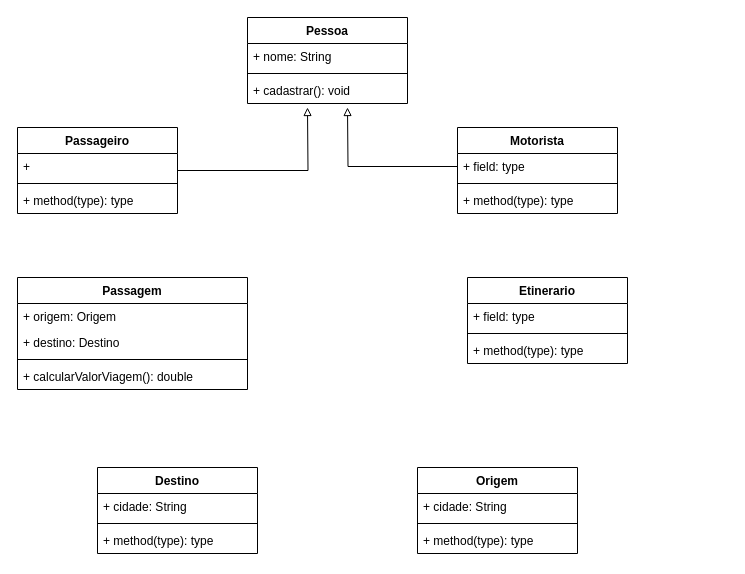
Before: diagrams/transporte.drawio in jonathanvmelo/-devs2blu, a draw.io diagram. Source tidied: cells renumbered, new cells numbered last; positions are measured from the earlier drawing's top-left corner, leaving out a move shared by most shapes. Both pictures are drawn from the tidied source at 100%, with x=0, y=0 at pixel (17, 17).
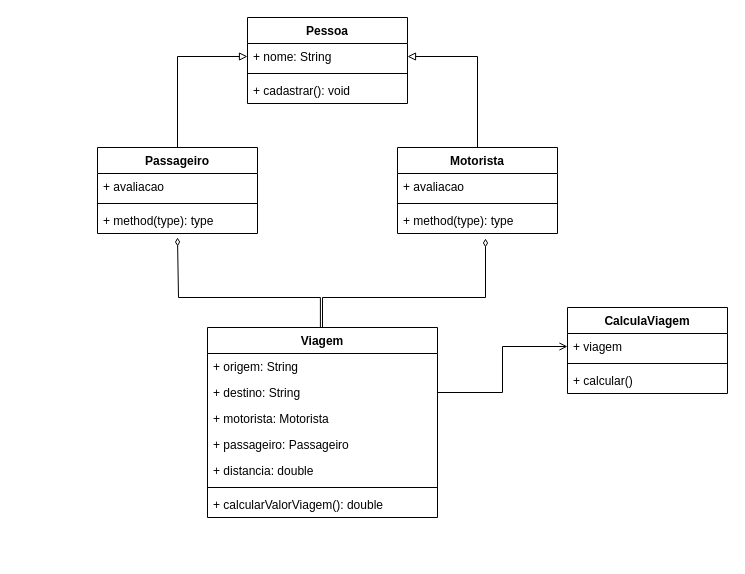
After the change.

The change refers to these unchanged cells:
```xml
<mxCell id="3" value="+ nome: String" style="text;strokeColor=none;fillColor=none;align=left;verticalAlign=top;spacingLeft=4;spacingRight=4;overflow=hidden;points=[[0,0.5],[1,0.5]];portConstraint=eastwest;whiteSpace=wrap;html=1;" parent="2" vertex="1">
  <mxGeometry y="26" width="160" height="26" as="geometry" />
</mxCell>
<mxCell id="19" value="+ method(type): type" style="text;strokeColor=none;fillColor=none;align=left;verticalAlign=top;spacingLeft=4;spacingRight=4;overflow=hidden;points=[[0,0.5],[1,0.5]];portConstraint=eastwest;whiteSpace=wrap;html=1;" parent="15" vertex="1">
  <mxGeometry y="60" width="160" height="26" as="geometry" />
</mxCell>
```

The edit, as a diff of the source:
```diff
@@
-    <mxCell id="6" value="Etinerario" style="swimlane;fontStyle=1;align=center;verticalAlign=top;horizontal=1;startSize=26;whiteSpace=wrap;html=1;" parent="1" vertex="1">
-      <mxGeometry x="450" y="260" width="160" height="86" as="geometry" />
-    </mxCell>
-    <mxCell id="7" value="+ field: type" style="text;strokeColor=none;fillColor=none;align=left;verticalAlign=top;spacingLeft=4;spacingRight=4;overflow=hidden;whiteSpace=wrap;html=1;" parent="6" vertex="1">
-      <mxGeometry y="26" width="160" height="26" as="geometry" />
-    </mxCell>
-    <mxCell id="8" style="line;strokeWidth=1;fillColor=none;align=left;verticalAlign=middle;spacingTop=-1;spacingLeft=3;spacingRight=3;labelPosition=right;strokeColor=inherit;" parent="6" vertex="1">
-      <mxGeometry y="52" width="160" height="8" as="geometry" />
-    </mxCell>
-    <mxCell id="9" value="+ method(type): type" style="text;strokeColor=none;fillColor=none;align=left;verticalAlign=top;spacingLeft=4;spacingRight=4;overflow=hidden;whiteSpace=wrap;html=1;" parent="6" vertex="1">
-      <mxGeometry y="60" width="160" height="26" as="geometry" />
-    </mxCell>
-    <mxCell id="10" style="edgeStyle=orthogonalEdgeStyle;rounded=0;jettySize=auto;html=1;endArrow=block;endFill=0;" parent="1" edge="1" source="11">
-      <mxGeometry relative="1" as="geometry">
-        <mxPoint x="290" y="90" as="targetPoint" />
-      </mxGeometry>
-    </mxCell>
+    <mxCell id="33" style="edgeStyle=orthogonalEdgeStyle;rounded=0;jettySize=auto;html=1;entryX=0;entryY=0.5;entryDx=0;entryDy=0;endArrow=block;endFill=0;" parent="1" edge="1" source="11" target="3">
+      <mxGeometry relative="1" as="geometry" />
+    </mxCell>
     <mxCell id="11" value="Passageiro" style="swimlane;fontStyle=1;align=center;verticalAlign=top;horizontal=1;startSize=26;whiteSpace=wrap;html=1;" parent="1" vertex="1">
-      <mxGeometry y="110" width="160" height="86" as="geometry" />
+      <mxGeometry x="80" y="130" width="160" height="86" as="geometry" />
     </mxCell>
-    <mxCell id="12" value="+" style="text;strokeColor=none;fillColor=none;align=left;verticalAlign=top;spacingLeft=4;spacingRight=4;overflow=hidden;whiteSpace=wrap;html=1;" parent="11" vertex="1">
+    <mxCell id="12" value="+ avaliacao" style="text;strokeColor=none;fillColor=none;align=left;verticalAlign=top;spacingLeft=4;spacingRight=4;overflow=hidden;whiteSpace=wrap;html=1;" parent="11" vertex="1">
       <mxGeometry y="26" width="160" height="26" as="geometry" />
     </mxCell>
@@
+    <mxCell id="34" style="edgeStyle=orthogonalEdgeStyle;rounded=0;jettySize=auto;html=1;entryX=1;entryY=0.5;entryDx=0;entryDy=0;endArrow=block;endFill=0;" parent="1" edge="1" source="15" target="3">
+      <mxGeometry relative="1" as="geometry" />
+    </mxCell>
     <mxCell id="15" value="Motorista" style="swimlane;fontStyle=1;align=center;verticalAlign=top;horizontal=1;startSize=26;whiteSpace=wrap;html=1;" parent="1" vertex="1">
-      <mxGeometry x="440" y="110" width="160" height="86" as="geometry" />
+      <mxGeometry x="380" y="130" width="160" height="86" as="geometry" />
     </mxCell>
-    <mxCell id="16" style="edgeStyle=orthogonalEdgeStyle;rounded=0;jettySize=auto;html=1;endArrow=block;endFill=0;" parent="15" edge="1" source="17">
-      <mxGeometry relative="1" as="geometry">
-        <mxPoint x="-110" y="-20" as="targetPoint" />
-      </mxGeometry>
-    </mxCell>
-    <mxCell id="17" value="+ field: type" style="text;strokeColor=none;fillColor=none;align=left;verticalAlign=top;spacingLeft=4;spacingRight=4;overflow=hidden;points=[[0,0.5],[1,0.5]];portConstraint=eastwest;whiteSpace=wrap;html=1;" parent="15" vertex="1">
+    <mxCell id="17" value="+ avaliacao" style="text;strokeColor=none;fillColor=none;align=left;verticalAlign=top;spacingLeft=4;spacingRight=4;overflow=hidden;points=[[0,0.5],[1,0.5]];portConstraint=eastwest;whiteSpace=wrap;html=1;" parent="15" vertex="1">
       <mxGeometry y="26" width="160" height="26" as="geometry" />
     </mxCell>
@@
-    <mxCell id="20" value="Origem" style="swimlane;fontStyle=1;align=center;verticalAlign=top;horizontal=1;startSize=26;whiteSpace=wrap;html=1;" parent="1" vertex="1">
-      <mxGeometry x="400" y="450" width="160" height="86" as="geometry" />
-    </mxCell>
-    <mxCell id="21" value="+ cidade: String" style="text;strokeColor=none;fillColor=none;align=left;verticalAlign=top;spacingLeft=4;spacingRight=4;overflow=hidden;whiteSpace=wrap;html=1;" parent="20" vertex="1">
-      <mxGeometry y="26" width="160" height="26" as="geometry" />
-    </mxCell>
-    <mxCell id="22" style="line;strokeWidth=1;fillColor=none;align=left;verticalAlign=middle;spacingTop=-1;spacingLeft=3;spacingRight=3;labelPosition=right;strokeColor=inherit;" parent="20" vertex="1">
-      <mxGeometry y="52" width="160" height="8" as="geometry" />
-    </mxCell>
-    <mxCell id="23" value="+ method(type): type" style="text;strokeColor=none;fillColor=none;align=left;verticalAlign=top;spacingLeft=4;spacingRight=4;overflow=hidden;whiteSpace=wrap;html=1;" parent="20" vertex="1">
-      <mxGeometry y="60" width="160" height="26" as="geometry" />
-    </mxCell>
+    <mxCell id="35" style="edgeStyle=orthogonalEdgeStyle;rounded=0;orthogonalLoop=1;jettySize=auto;html=1;entryX=0.513;entryY=1.154;entryDx=0;entryDy=0;entryPerimeter=0;endArrow=diamondThin;endFill=0;" parent="1" edge="1">
+      <mxGeometry relative="1" as="geometry">
+        <mxPoint x="302.9" y="310" as="sourcePoint" />
+        <mxPoint x="160" y="220" as="targetPoint" />
+        <Array as="points">
+          <mxPoint x="303" y="280" />
+          <mxPoint x="161" y="280" />
+        </Array>
+      </mxGeometry>
+    </mxCell>
+    <mxCell id="36" style="edgeStyle=orthogonalEdgeStyle;rounded=0;jettySize=auto;html=1;entryX=0.55;entryY=1.192;entryDx=0;entryDy=0;entryPerimeter=0;endArrow=diamondThin;endFill=0;" parent="1" edge="1" source="24" target="19">
+      <mxGeometry relative="1" as="geometry">
+        <Array as="points">
+          <mxPoint x="305" y="280" />
+          <mxPoint x="468" y="280" />
+        </Array>
+      </mxGeometry>
+    </mxCell>
-    <mxCell id="24" value="Passagem" style="swimlane;fontStyle=1;align=center;verticalAlign=top;horizontal=1;startSize=26;whiteSpace=wrap;html=1;" parent="1" vertex="1">
-      <mxGeometry y="260" width="230" height="112" as="geometry" />
+    <mxCell id="24" value="Viagem" style="swimlane;fontStyle=1;align=center;verticalAlign=top;horizontal=1;startSize=26;whiteSpace=wrap;html=1;" parent="1" vertex="1">
+      <mxGeometry x="190" y="310" width="230" height="190" as="geometry" />
     </mxCell>
-    <mxCell id="25" value="+ origem: Origem" style="text;strokeColor=none;fillColor=none;align=left;verticalAlign=top;spacingLeft=4;spacingRight=4;overflow=hidden;whiteSpace=wrap;html=1;" parent="24" vertex="1">
+    <mxCell id="25" value="+ origem: String" style="text;strokeColor=none;fillColor=none;align=left;verticalAlign=top;spacingLeft=4;spacingRight=4;overflow=hidden;whiteSpace=wrap;html=1;" parent="24" vertex="1">
       <mxGeometry y="26" width="230" height="26" as="geometry" />
     </mxCell>
-    <mxCell id="26" value="+ destino: Destino" style="text;strokeColor=none;fillColor=none;align=left;verticalAlign=top;spacingLeft=4;spacingRight=4;overflow=hidden;points=[[0,0.5],[1,0.5]];portConstraint=eastwest;whiteSpace=wrap;html=1;" parent="24" vertex="1">
+    <mxCell id="26" value="+ destino: String" style="text;strokeColor=none;fillColor=none;align=left;verticalAlign=top;spacingLeft=4;spacingRight=4;overflow=hidden;points=[[0,0.5],[1,0.5]];portConstraint=eastwest;whiteSpace=wrap;html=1;" parent="24" vertex="1">
       <mxGeometry y="52" width="230" height="26" as="geometry" />
     </mxCell>
+    <mxCell id="37" value="+ motorista: Motorista" style="text;strokeColor=none;fillColor=none;align=left;verticalAlign=top;spacingLeft=4;spacingRight=4;overflow=hidden;whiteSpace=wrap;html=1;" parent="24" vertex="1">
+      <mxGeometry y="78" width="230" height="26" as="geometry" />
+    </mxCell>
+    <mxCell id="38" value="+ passageiro: Passageiro" style="text;strokeColor=none;fillColor=none;align=left;verticalAlign=top;spacingLeft=4;spacingRight=4;overflow=hidden;whiteSpace=wrap;html=1;" parent="24" vertex="1">
+      <mxGeometry y="104" width="230" height="26" as="geometry" />
+    </mxCell>
+    <mxCell id="39" value="+ distancia: double" style="text;strokeColor=none;fillColor=none;align=left;verticalAlign=top;spacingLeft=4;spacingRight=4;overflow=hidden;whiteSpace=wrap;html=1;" parent="24" vertex="1">
+      <mxGeometry y="130" width="230" height="26" as="geometry" />
+    </mxCell>
     <mxCell id="27" style="line;strokeWidth=1;fillColor=none;align=left;verticalAlign=middle;spacingTop=-1;spacingLeft=3;spacingRight=3;labelPosition=right;strokeColor=inherit;" parent="24" vertex="1">
-      <mxGeometry y="78" width="230" height="8" as="geometry" />
+      <mxGeometry y="156" width="230" height="8" as="geometry" />
     </mxCell>
     <mxCell id="28" value="+ calcularValorViagem(): double" style="text;strokeColor=none;fillColor=none;align=left;verticalAlign=top;spacingLeft=4;spacingRight=4;overflow=hidden;whiteSpace=wrap;html=1;" parent="24" vertex="1">
-      <mxGeometry y="86" width="230" height="26" as="geometry" />
+      <mxGeometry y="164" width="230" height="26" as="geometry" />
     </mxCell>
-    <mxCell id="29" value="Destino" style="swimlane;fontStyle=1;align=center;verticalAlign=top;horizontal=1;startSize=26;whiteSpace=wrap;html=1;" parent="1" vertex="1">
-      <mxGeometry x="80" y="450" width="160" height="86" as="geometry" />
-    </mxCell>
-    <mxCell id="30" value="+ cidade: String" style="text;strokeColor=none;fillColor=none;align=left;verticalAlign=top;spacingLeft=4;spacingRight=4;overflow=hidden;whiteSpace=wrap;html=1;" parent="29" vertex="1">
-      <mxGeometry y="26" width="160" height="26" as="geometry" />
-    </mxCell>
-    <mxCell id="31" style="line;strokeWidth=1;fillColor=none;align=left;verticalAlign=middle;spacingTop=-1;spacingLeft=3;spacingRight=3;labelPosition=right;strokeColor=inherit;" parent="29" vertex="1">
-      <mxGeometry y="52" width="160" height="8" as="geometry" />
-    </mxCell>
-    <mxCell id="32" value="+ method(type): type" style="text;strokeColor=none;fillColor=none;align=left;verticalAlign=top;spacingLeft=4;spacingRight=4;overflow=hidden;whiteSpace=wrap;html=1;" parent="29" vertex="1">
-      <mxGeometry y="60" width="160" height="26" as="geometry" />
-    </mxCell>
+    <mxCell id="40" value="CalculaViagem" style="swimlane;fontStyle=1;align=center;verticalAlign=top;horizontal=1;startSize=26;whiteSpace=wrap;html=1;" parent="1" vertex="1">
+      <mxGeometry x="550" y="290" width="160" height="86" as="geometry" />
+    </mxCell>
+    <mxCell id="41" value="+ viagem" style="text;strokeColor=none;fillColor=none;align=left;verticalAlign=top;spacingLeft=4;spacingRight=4;overflow=hidden;points=[[0,0.5],[1,0.5]];portConstraint=eastwest;whiteSpace=wrap;html=1;" parent="40" vertex="1">
+      <mxGeometry y="26" width="160" height="26" as="geometry" />
+    </mxCell>
+    <mxCell id="42" style="line;strokeWidth=1;fillColor=none;align=left;verticalAlign=middle;spacingTop=-1;spacingLeft=3;spacingRight=3;labelPosition=right;strokeColor=inherit;" parent="40" vertex="1">
+      <mxGeometry y="52" width="160" height="8" as="geometry" />
+    </mxCell>
+    <mxCell id="43" value="+ calcular()" style="text;strokeColor=none;fillColor=none;align=left;verticalAlign=top;spacingLeft=4;spacingRight=4;overflow=hidden;whiteSpace=wrap;html=1;" parent="40" vertex="1">
+      <mxGeometry y="60" width="160" height="26" as="geometry" />
+    </mxCell>
+    <mxCell id="44" style="edgeStyle=orthogonalEdgeStyle;rounded=0;jettySize=auto;html=1;entryX=0;entryY=0.5;entryDx=0;entryDy=0;endArrow=open;endFill=0;" parent="1" edge="1" source="26" target="41">
+      <mxGeometry relative="1" as="geometry" />
+    </mxCell>
```
